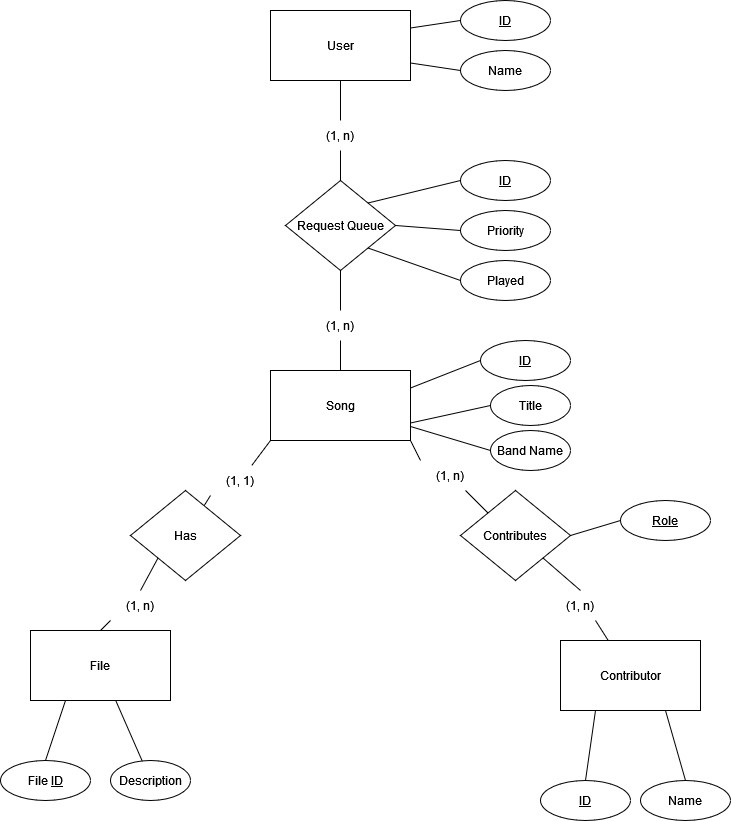
This is Diagram/GroupProjectER.drawio.png from Nmerryman/466Assignment, a draw.io export, as it was before one commit. Source tidied: cells renumbered, new cells last; positions are measured from the earlier drawing's top-left corner, leaving out a move shared by most shapes.
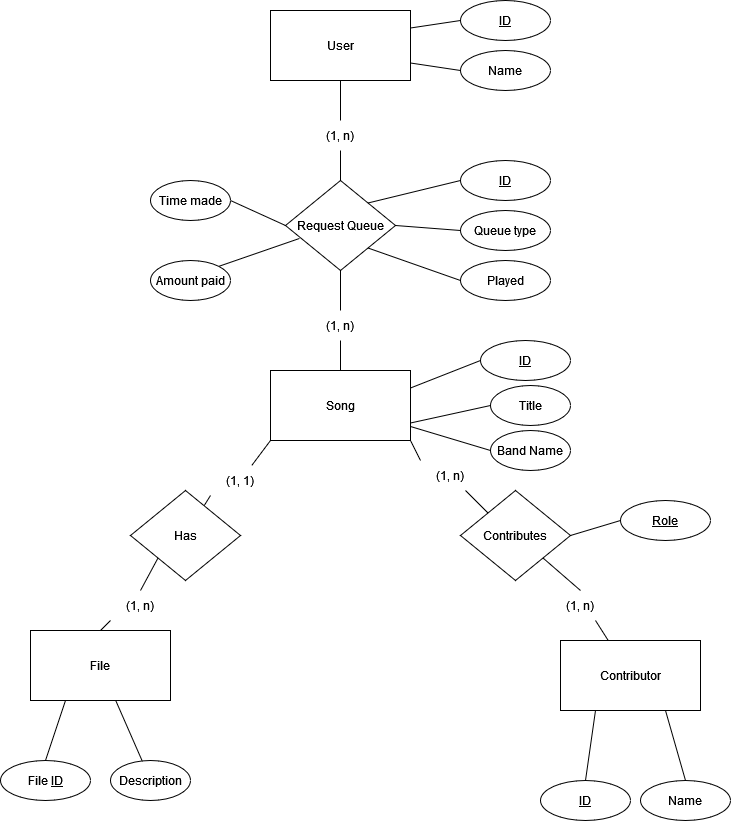
After the commit.

Commit message:
Finished Er diagram

Diff of the diagram source:
```diff
@@ -41,7 +41,7 @@
     <mxCell id="14" value="&lt;u&gt;ID&lt;/u&gt;" style="ellipse;whiteSpace=wrap;html=1;" parent="1" vertex="1">
       <mxGeometry x="460" y="160" width="90" height="40" as="geometry" />
     </mxCell>
-    <mxCell id="15" value="Priority" style="ellipse;whiteSpace=wrap;html=1;" parent="1" vertex="1">
+    <mxCell id="15" value="Queue type" style="ellipse;whiteSpace=wrap;html=1;" parent="1" vertex="1">
       <mxGeometry x="460" y="210" width="90" height="40" as="geometry" />
     </mxCell>
     <mxCell id="16" value="Played" style="ellipse;whiteSpace=wrap;html=1;" parent="1" vertex="1">
@@ -155,5 +155,17 @@
     <mxCell id="52" value="Description" style="ellipse;whiteSpace=wrap;html=1;" parent="1" vertex="1">
       <mxGeometry x="110" y="760" width="80" height="40" as="geometry" />
     </mxCell>
+    <mxCell id="53" style="rounded=0;jettySize=auto;html=1;exitX=1;exitY=0.5;exitDx=0;exitDy=0;entryX=0;entryY=0.5;entryDx=0;entryDy=0;endArrow=none;endFill=0;" parent="1" edge="1" source="54" target="5">
+      <mxGeometry relative="1" as="geometry" />
+    </mxCell>
+    <mxCell id="54" value="Time made" style="ellipse;whiteSpace=wrap;html=1;" parent="1" vertex="1">
+      <mxGeometry x="150" y="180" width="80" height="40" as="geometry" />
+    </mxCell>
+    <mxCell id="55" style="edgeStyle=none;rounded=0;jettySize=auto;html=1;exitX=1;exitY=0;exitDx=0;exitDy=0;entryX=0.127;entryY=0.644;entryDx=0;entryDy=0;endArrow=none;endFill=0;entryPerimeter=0;" parent="1" edge="1" source="56" target="5">
+      <mxGeometry relative="1" as="geometry" />
+    </mxCell>
+    <mxCell id="56" value="Amount paid" style="ellipse;whiteSpace=wrap;html=1;" parent="1" vertex="1">
+      <mxGeometry x="150" y="260" width="80" height="40" as="geometry" />
+    </mxCell>
   </root>
 </mxGraphModel>
```
